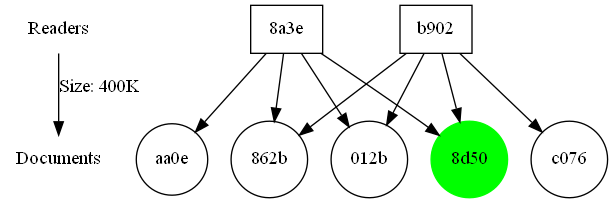
Danielryan98/DataAnalysisTool keeps this Graphviz diagram as graph.png. Above is the earlier version. Its source is kept beside it as graph.dot.
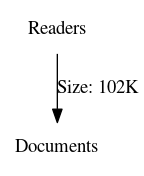
After the change.

Diff of the diagram source:
```diff
@@ -1,26 +1,5 @@
 digraph "also likes" {
 	Readers [label=Readers shape=none]
 	Documents [label=Documents shape=none]
-	Readers -> Documents [label="Size: 400K"]
-	"8d50" [label="8d50" color=green shape=circle style=filled]
-	"8a3e" [label="8a3e" shape=box]
-	"8a3e" -> "8d50"
-	b902 [label=b902 shape=box]
-	b902 -> "8d50"
-	"862b" [label="862b" shape=circle]
-	"8a3e" [label="8a3e" shape=box]
-	"8a3e" -> "862b"
-	b902 [label=b902 shape=box]
-	b902 -> "862b"
-	"012b" [label="012b" shape=circle]
-	"8a3e" [label="8a3e" shape=box]
-	"8a3e" -> "012b"
-	b902 [label=b902 shape=box]
-	b902 -> "012b"
-	c076 [label=c076 shape=circle]
-	b902 [label=b902 shape=box]
-	b902 -> c076
-	aa0e [label=aa0e shape=circle]
-	"8a3e" [label="8a3e" shape=box]
-	"8a3e" -> aa0e
+	Readers -> Documents [label="Size: 102K"]
 }
```
